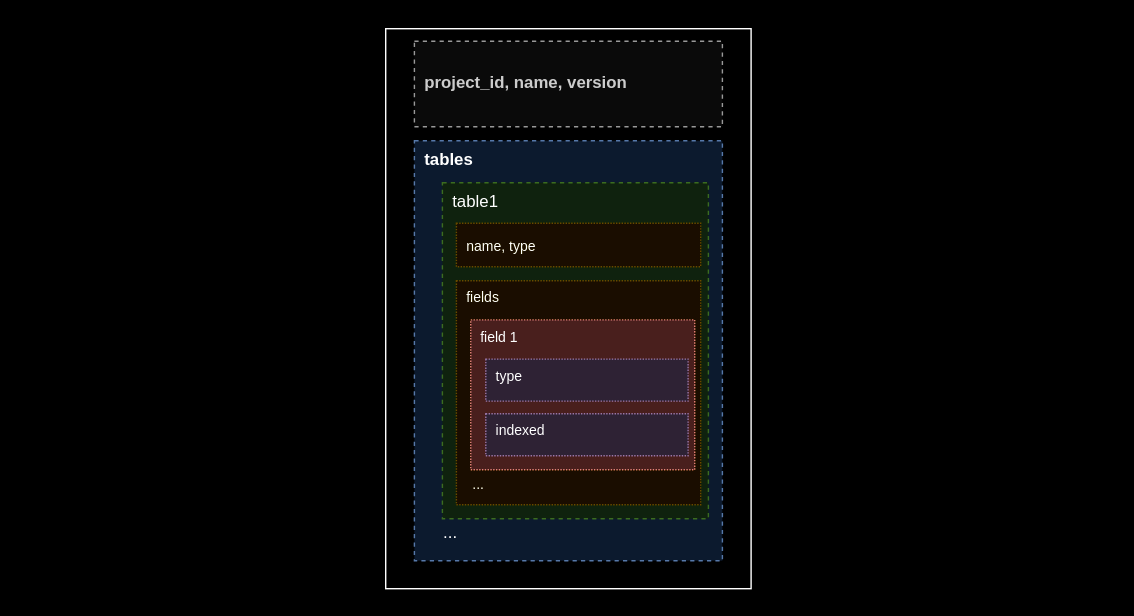
Above: images/SchemaFields.svg in basicdb/basic-docs (draw.io), before the change. Source tidied: cells renumbered, new cells last; positions are measured from the earlier drawing's top-left corner, leaving out a move shared by most shapes. The source it was exported from:
```xml
<mxGraphModel>
  <root>
    <mxCell id="0" />
    <mxCell id="1" parent="0" />
    <mxCell id="2" style="rounded=0;whiteSpace=wrap;html=1;hachureGap=4;fontFamily=Architects Daughter;fontSource=https%3A%2F%2Ffonts.googleapis.com%2Fcss%3Ffamily%3DArchitects%2BDaughter;strokeColor=none;" parent="1" vertex="1">
      <mxGeometry width="810" height="440" as="geometry" />
    </mxCell>
    <mxCell id="3" style="whiteSpace=wrap;html=1;" parent="1" vertex="1">
      <mxGeometry x="275" y="20" width="261" height="400" as="geometry" />
    </mxCell>
    <mxCell id="4" value="project_id, name, version" style="whiteSpace=wrap;html=1;fillColor=#f5f5f5;dashed=1;align=left;fontStyle=1;spacingLeft=5;fontColor=#333333;strokeColor=#666666;" parent="1" vertex="1">
      <mxGeometry x="295.5" y="29" width="220" height="61" as="geometry" />
    </mxCell>
    <mxCell id="5" value="tables" style="whiteSpace=wrap;html=1;fillColor=#dae8fc;dashed=1;align=left;fontStyle=1;spacingLeft=5;verticalAlign=top;strokeColor=#6c8ebf;" parent="1" vertex="1">
      <mxGeometry x="295.5" y="100" width="220" height="300" as="geometry" />
    </mxCell>
    <mxCell id="6" value="table1" style="whiteSpace=wrap;html=1;fillColor=#d5e8d4;dashed=1;align=left;fontStyle=0;spacingLeft=5;verticalAlign=top;strokeColor=#82b366;" parent="1" vertex="1">
      <mxGeometry x="315.5" y="130" width="190" height="240" as="geometry" />
    </mxCell>
    <mxCell id="7" value="..." style="text;html=1;align=center;verticalAlign=middle;strokeColor=none;fillColor=none;" parent="1" vertex="1">
      <mxGeometry x="305.8" y="365" width="30" height="30" as="geometry" />
    </mxCell>
    <mxCell id="8" value="name, type" style="whiteSpace=wrap;html=1;fillColor=#fff2cc;dashed=1;align=left;fontStyle=0;spacingLeft=5;verticalAlign=middle;fontSize=10;dashPattern=1 1;strokeColor=#d6b656;" parent="1" vertex="1">
      <mxGeometry x="325.5" y="159" width="174.5" height="31" as="geometry" />
    </mxCell>
    <mxCell id="9" value="fields" style="whiteSpace=wrap;html=1;fillColor=#fff2cc;dashed=1;align=left;fontStyle=0;spacingLeft=5;verticalAlign=top;fontSize=10;dashPattern=1 1;strokeColor=#d6b656;" parent="1" vertex="1">
      <mxGeometry x="325.5" y="200" width="174.5" height="160" as="geometry" />
    </mxCell>
    <mxCell id="10" value="field 1" style="whiteSpace=wrap;html=1;fillColor=#f8cecc;dashed=1;align=left;fontStyle=0;spacingLeft=5;verticalAlign=top;fontSize=10;dashPattern=1 1;strokeColor=#b85450;" parent="1" vertex="1">
      <mxGeometry x="335.8" y="228" width="160" height="107" as="geometry" />
    </mxCell>
    <mxCell id="11" value="type" style="whiteSpace=wrap;html=1;fillColor=#e1d5e7;dashed=1;align=left;fontStyle=0;spacingLeft=5;verticalAlign=top;fontSize=10;dashPattern=1 1;strokeColor=#9673a6;" parent="1" vertex="1">
      <mxGeometry x="346.5" y="256" width="144.5" height="30" as="geometry" />
    </mxCell>
    <mxCell id="12" value="indexed" style="whiteSpace=wrap;html=1;fillColor=#e1d5e7;dashed=1;align=left;fontStyle=0;spacingLeft=5;verticalAlign=top;fontSize=10;dashPattern=1 1;strokeColor=#9673a6;" parent="1" vertex="1">
      <mxGeometry x="346.5" y="295" width="144.5" height="30" as="geometry" />
    </mxCell>
    <mxCell id="13" value="&lt;font style=&quot;font-size: 10px;&quot;&gt;...&lt;/font&gt;" style="text;html=1;align=center;verticalAlign=middle;strokeColor=none;fillColor=none;" parent="1" vertex="1">
      <mxGeometry x="325.5" y="330" width="30" height="30" as="geometry" />
    </mxCell>
  </root>
</mxGraphModel>
```
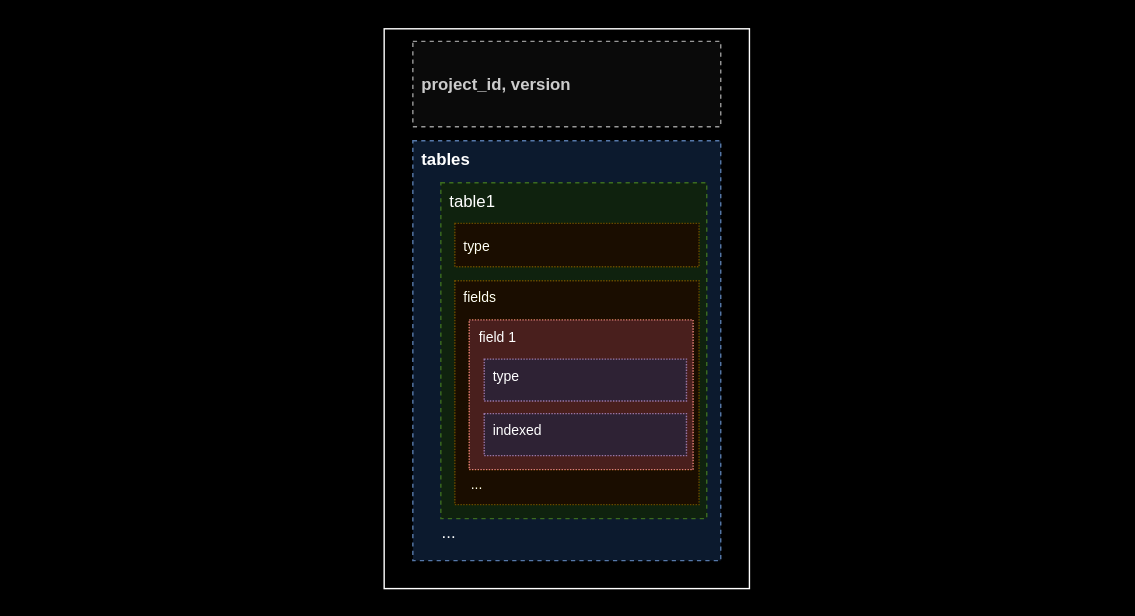
The same file after the commit.

Commit message:
Removed "name" from tables and "namespace" from overview

Diff of the diagram source:
```diff
@@ -8,7 +8,7 @@
     <mxCell id="3" style="whiteSpace=wrap;html=1;" parent="1" vertex="1">
       <mxGeometry x="275" y="20" width="261" height="400" as="geometry" />
     </mxCell>
-    <mxCell id="4" value="project_id, name, version" style="whiteSpace=wrap;html=1;fillColor=#f5f5f5;dashed=1;align=left;fontStyle=1;spacingLeft=5;fontColor=#333333;strokeColor=#666666;" parent="1" vertex="1">
+    <mxCell id="4" value="project_id, version" style="whiteSpace=wrap;html=1;fillColor=#f5f5f5;dashed=1;align=left;fontStyle=1;spacingLeft=5;fontColor=#333333;strokeColor=#666666;" parent="1" vertex="1">
       <mxGeometry x="295.5" y="29" width="220" height="61" as="geometry" />
     </mxCell>
     <mxCell id="5" value="tables" style="whiteSpace=wrap;html=1;fillColor=#dae8fc;dashed=1;align=left;fontStyle=1;spacingLeft=5;verticalAlign=top;strokeColor=#6c8ebf;" parent="1" vertex="1">
@@ -20,7 +20,7 @@
     <mxCell id="7" value="..." style="text;html=1;align=center;verticalAlign=middle;strokeColor=none;fillColor=none;" parent="1" vertex="1">
       <mxGeometry x="305.8" y="365" width="30" height="30" as="geometry" />
     </mxCell>
-    <mxCell id="8" value="name, type" style="whiteSpace=wrap;html=1;fillColor=#fff2cc;dashed=1;align=left;fontStyle=0;spacingLeft=5;verticalAlign=middle;fontSize=10;dashPattern=1 1;strokeColor=#d6b656;" parent="1" vertex="1">
+    <mxCell id="8" value="type" style="whiteSpace=wrap;html=1;fillColor=#fff2cc;dashed=1;align=left;fontStyle=0;spacingLeft=5;verticalAlign=middle;fontSize=10;dashPattern=1 1;strokeColor=#d6b656;" parent="1" vertex="1">
       <mxGeometry x="325.5" y="159" width="174.5" height="31" as="geometry" />
     </mxCell>
     <mxCell id="9" value="fields" style="whiteSpace=wrap;html=1;fillColor=#fff2cc;dashed=1;align=left;fontStyle=0;spacingLeft=5;verticalAlign=top;fontSize=10;dashPattern=1 1;strokeColor=#d6b656;" parent="1" vertex="1">
```
